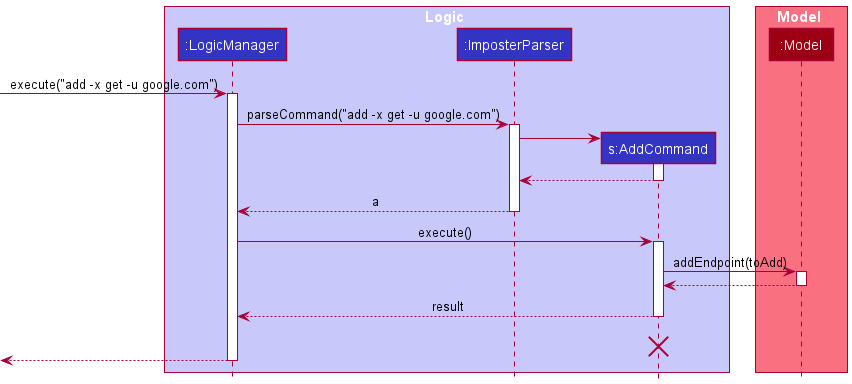
Above: docs/images/AddSequenceDiagram.png in nus-cs2103-AY2021S2/tp (PlantUML), before the change.
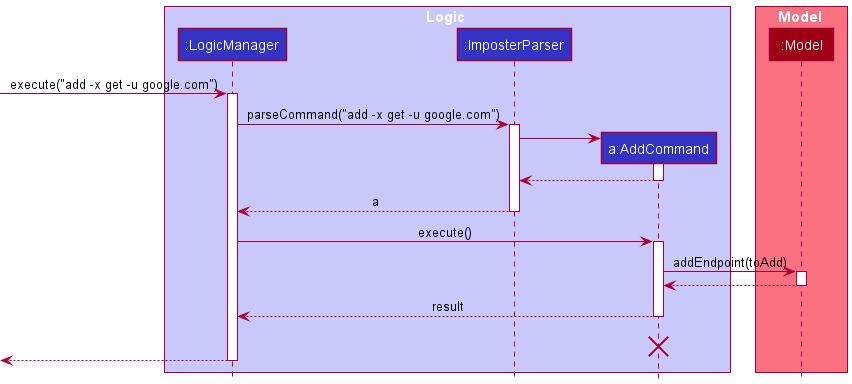
Above is the later version.

Change to the diagram source:
```diff
@@ -4,7 +4,7 @@
 box Logic LOGIC_COLOR_T1
 participant ":LogicManager" as LogicManager LOGIC_COLOR
 participant ":ImposterParser" as ImposterParser LOGIC_COLOR
-participant "s:AddCommand" as AddCommand LOGIC_COLOR
+participant "a:AddCommand" as AddCommand LOGIC_COLOR
 
 end box
 
```
